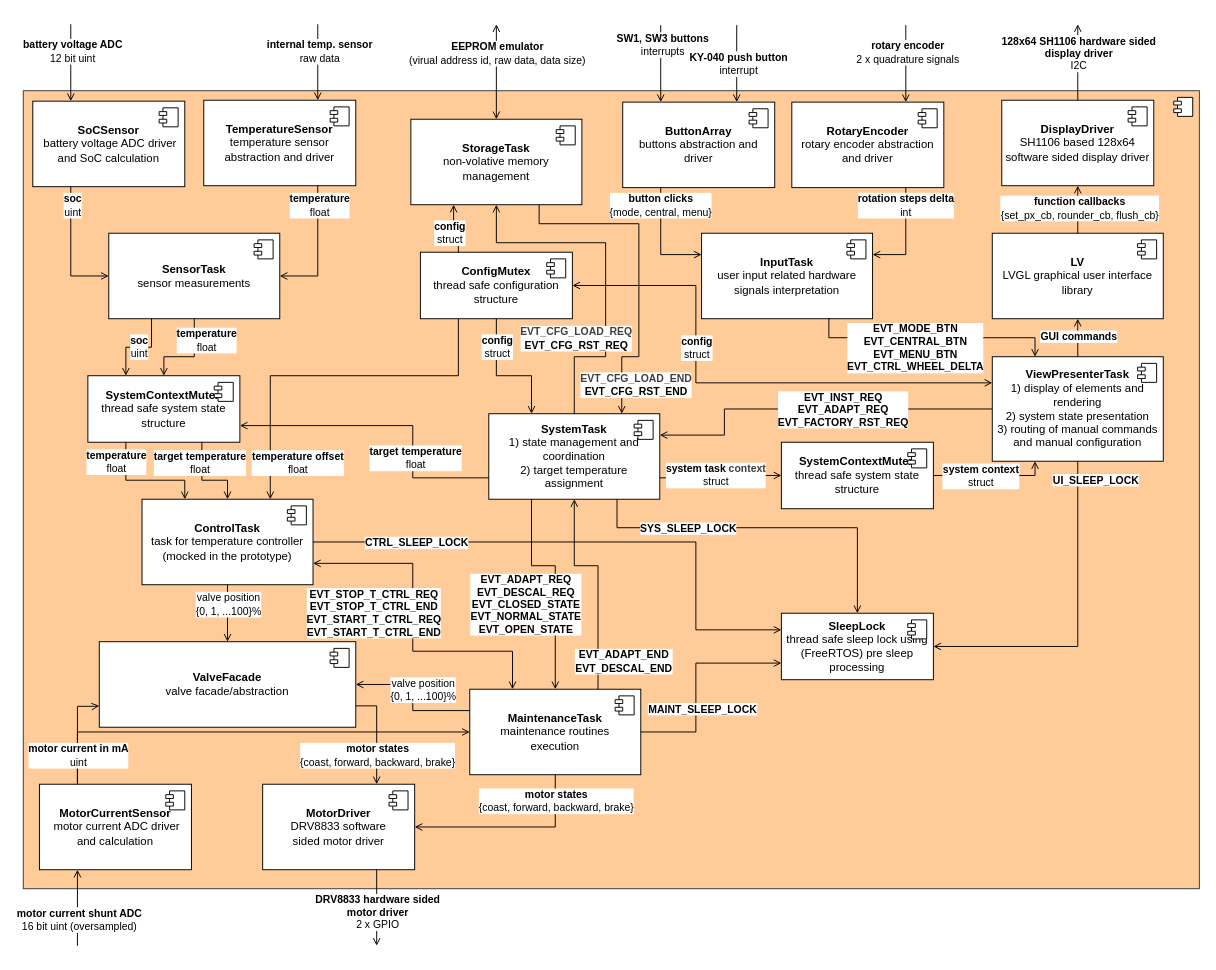
This is software/diagrams/mt-rt-sw-architecture.drawio from MiraTherm/miratherm-radiator-thermostat-documentation, a draw.io file, before an edit. Source tidied: cells renumbered, new cells numbered last; positions are measured from the earlier drawing's top-left corner, leaving out a move shared by most shapes. Both pictures are drawn from the tidied source at 95%, with x=0, y=0 at pixel (23, 24).
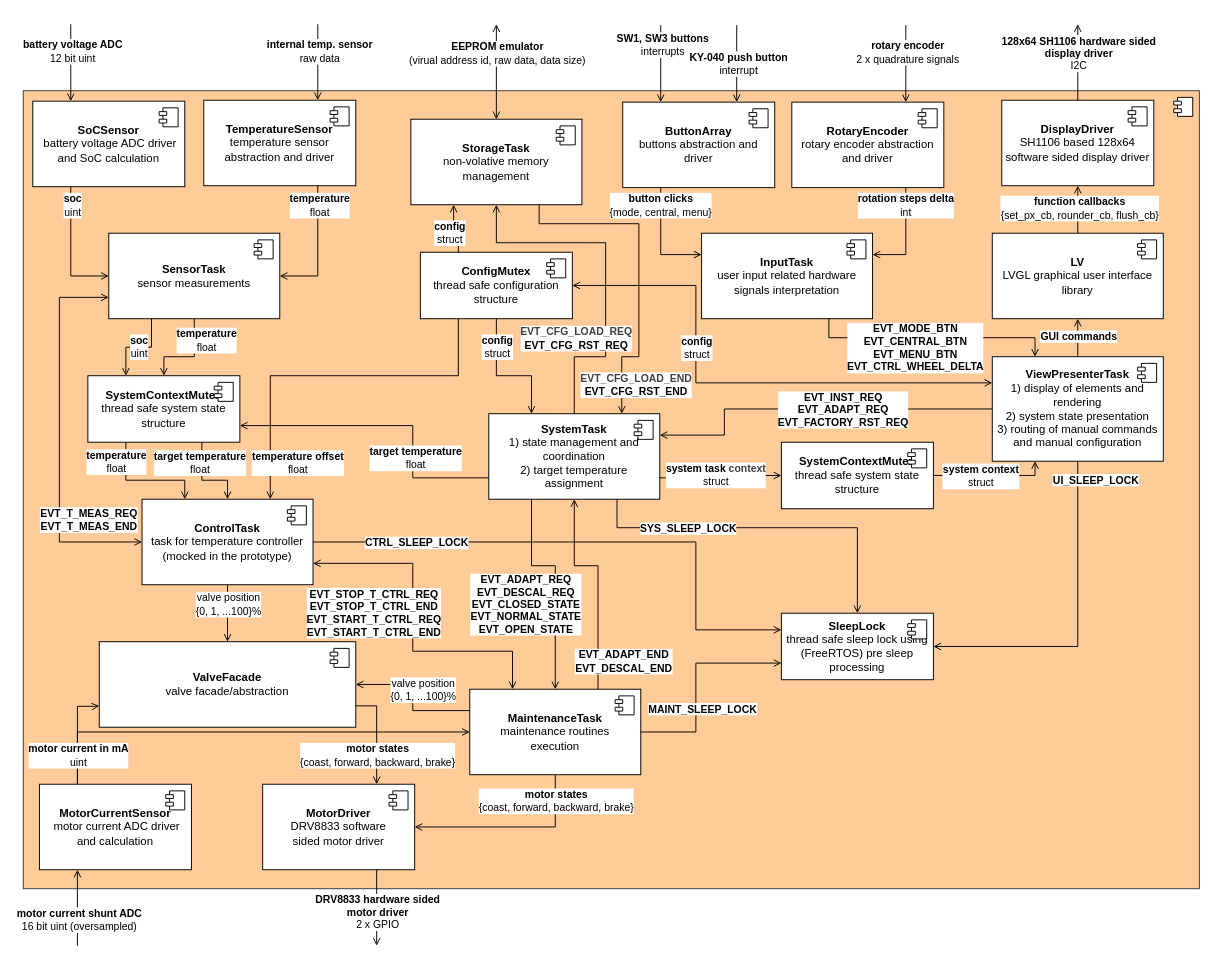
The same page after the edit.

The change refers to these unchanged cells:
```xml
<mxCell id="8" value="&lt;b&gt;ControlTask&lt;/b&gt;&lt;br&gt;task for temperature controller&lt;br&gt;(mocked in the prototype)" style="html=1;whiteSpace=wrap;fontColor=default;" parent="1" vertex="1">
  <mxGeometry x="125" y="500" width="180" height="90" as="geometry" />
</mxCell>
<mxCell id="14" value="&lt;b&gt;SensorTask&lt;/b&gt;&lt;br&gt;&lt;div&gt;sensor measurements&lt;/div&gt;" style="html=1;whiteSpace=wrap;fontColor=default;" parent="1" vertex="1">
  <mxGeometry x="90" y="220" width="180" height="90" as="geometry" />
</mxCell>
```

The edit, as a diff of the source:
```diff
@@
+    <mxCell id="129" style="endArrow=open;html=1;rounded=0;endFill=0;exitX=0;exitY=0.5;exitDx=0;exitDy=0;edgeStyle=orthogonalEdgeStyle;entryX=0;entryY=0.75;entryDx=0;entryDy=0;startArrow=open;startFill=0;fontColor=default;" parent="1" edge="1" source="8" target="14">
+      <mxGeometry relative="1" as="geometry">
+        <Array as="points">
+          <mxPoint x="38" y="545" />
+          <mxPoint x="38" y="288" />
+        </Array>
+      </mxGeometry>
+    </mxCell>
+    <mxCell id="130" value="&lt;b&gt;EVT_T_MEAS_REQ&lt;/b&gt;&lt;div&gt;&lt;font&gt;&lt;b&gt;EVT_T_MEAS_END&lt;/b&gt;&lt;/font&gt;&lt;/div&gt;" style="edgeLabel;html=1;align=center;verticalAlign=middle;fontColor=default;" parent="129" vertex="1">
+      <mxGeometry x="0.04" y="1" relative="1" as="geometry">
+        <mxPoint x="31" y="95" as="offset" />
+      </mxGeometry>
+    </mxCell>
```
